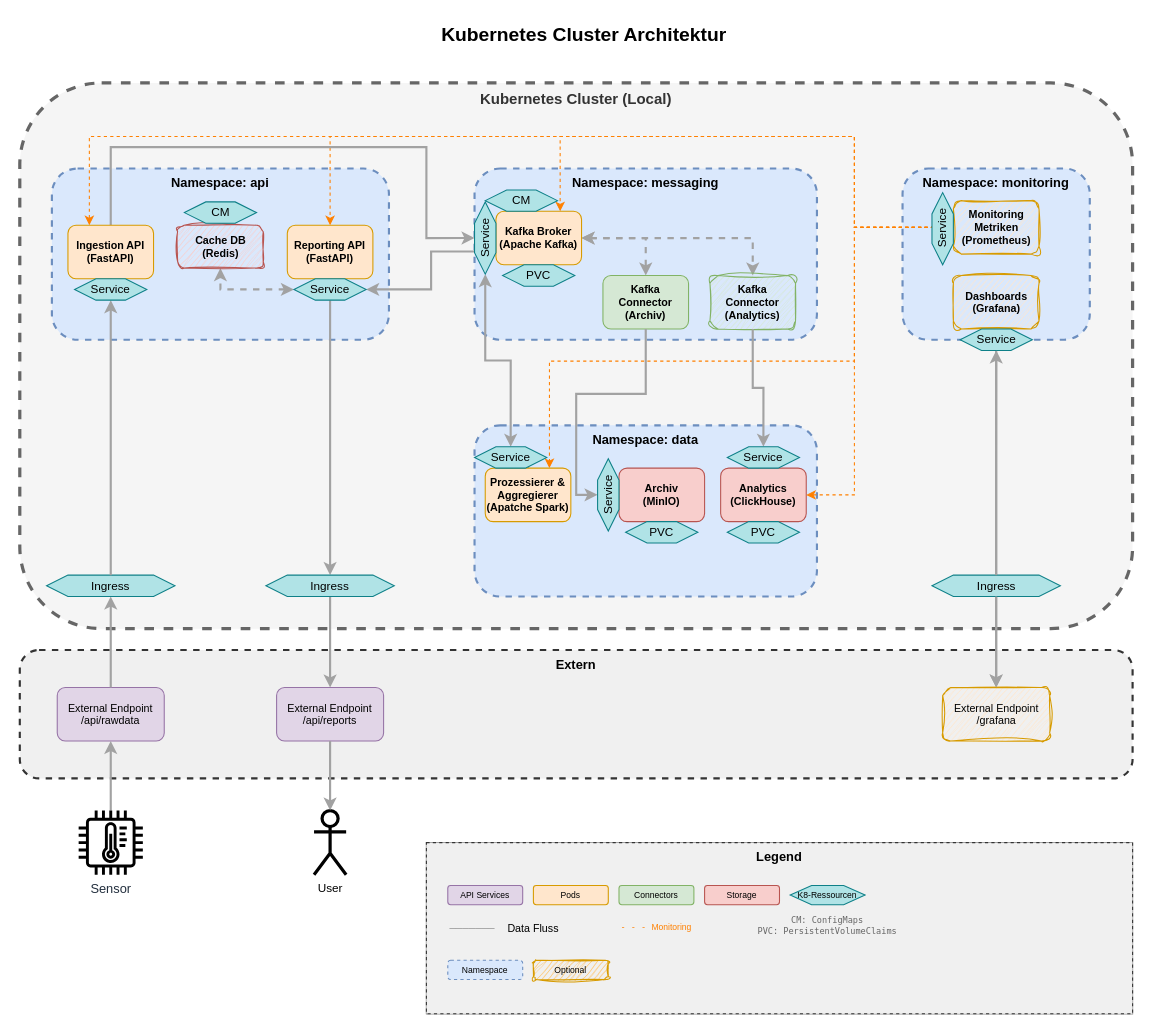
Before: page "K8s-Ressourcen" (5 of 5) of doku/Projekt Data Engineering.drawio in Kokoloris19097/DLMDWWDE02, a draw.io diagram. Source tidied: cells renumbered, new cells numbered last; positions are measured from the earlier drawing's top-left corner, leaving out a move shared by most shapes. Both pictures are drawn from the tidied source at 107%, with x=0, y=0 at pixel (19, 18).
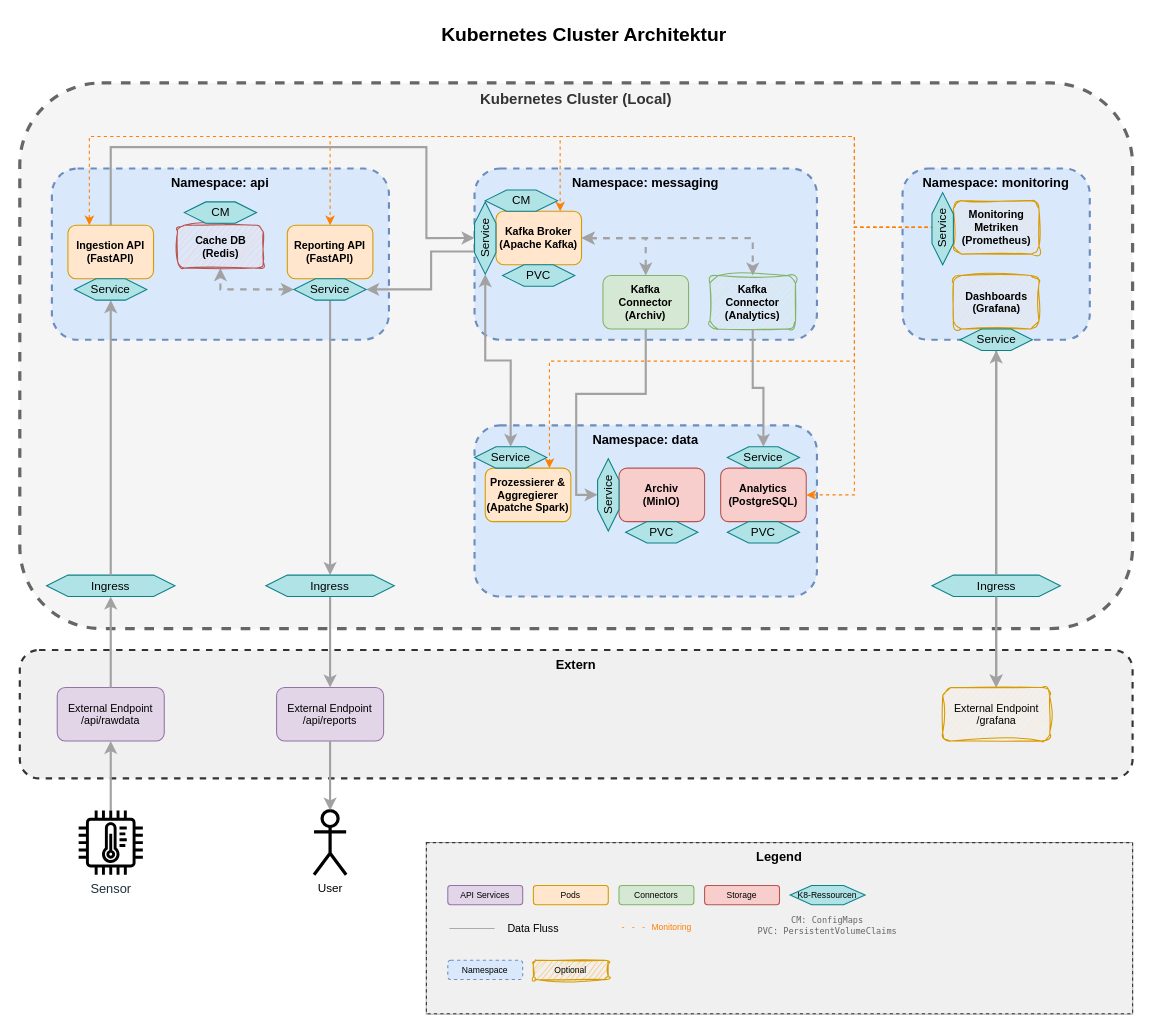
The same diagram, later.

Commit message:
Anpassen der Zeichnung ohne clickhouse

The edit, as a diff of the source:
```diff
@@
-    <mxCell id="14" value="Analytics&lt;br&gt;(ClickHouse)" style="rounded=1;whiteSpace=wrap;html=1;fillColor=#f8cecc;strokeColor=#b85450;fontSize=10;fontStyle=1;" parent="1" vertex="1">
+    <mxCell id="14" value="Analytics&lt;br&gt;(PostgreSQL)" style="rounded=1;whiteSpace=wrap;html=1;fillColor=#f8cecc;strokeColor=#b85450;fontSize=10;fontStyle=1;" parent="1" vertex="1">
       <mxGeometry x="655" y="420" width="80" height="50" as="geometry" />
     </mxCell>
```
